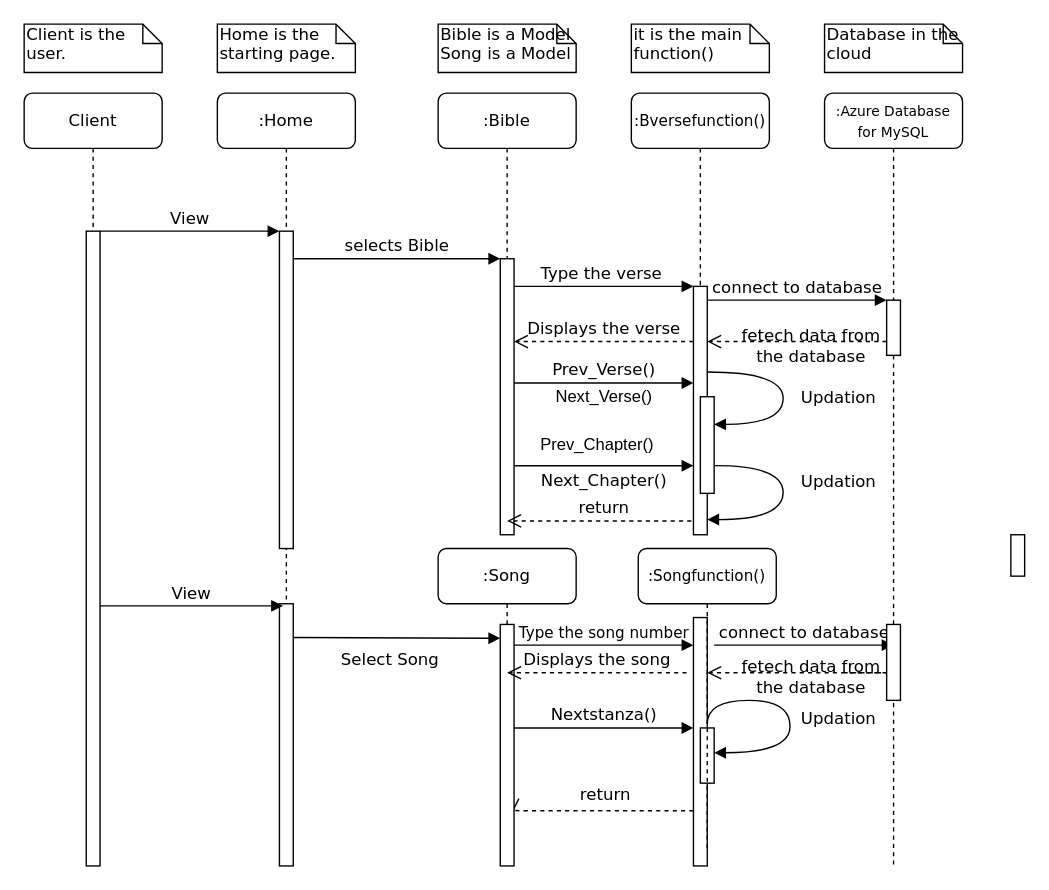
Before: Sequence.drawio in chrispaul07/Sac-3.0-prototype, a draw.io diagram. Source tidied: cells renumbered, new cells numbered last; positions are measured from the earlier drawing's top-left corner, leaving out a move shared by most shapes. Both pictures are drawn from the tidied source at 138%, with x=0, y=0 at pixel (23, 23).
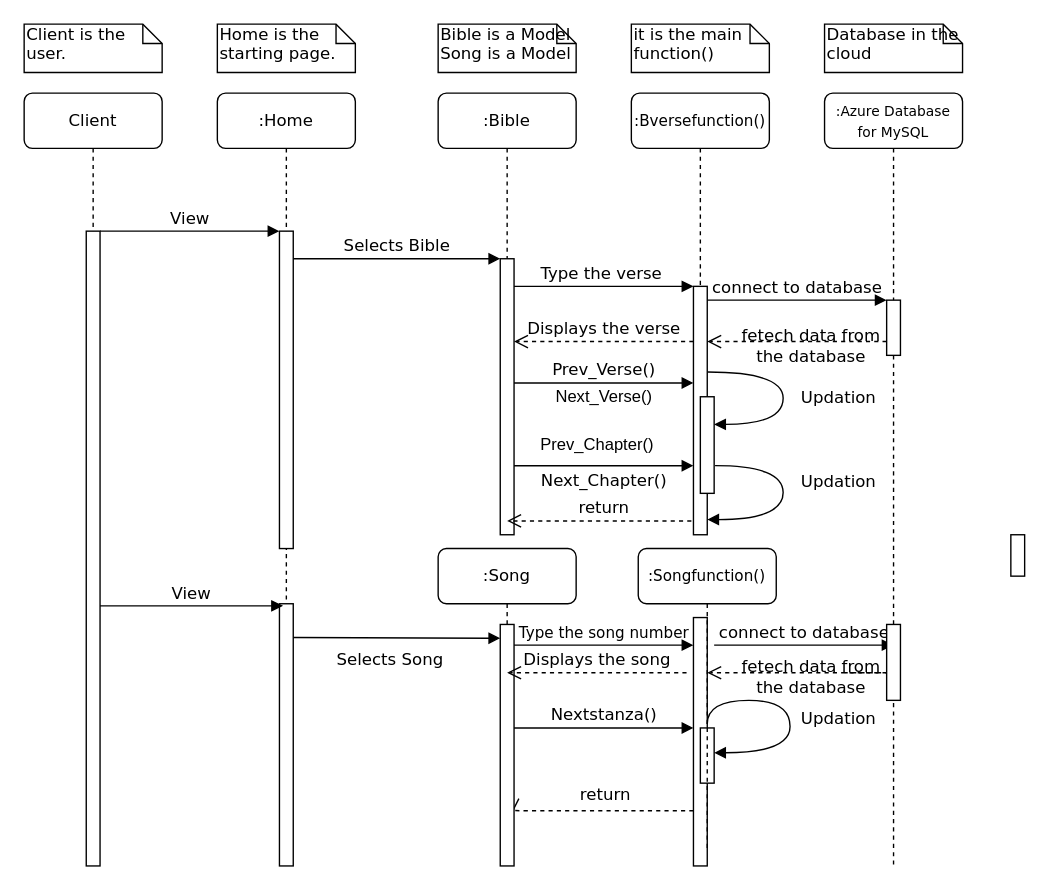
After the change.

Unchanged cells that the change refers to:
```xml
<mxCell id="3" style="html=1;points=[];perimeter=orthogonalPerimeter;rounded=0;shadow=0;comic=0;labelBackgroundColor=none;strokeWidth=1;fontFamily=Verdana;fontSize=12;align=center;" parent="2" vertex="1">
  <mxGeometry x="45" y="100" width="10" height="230" as="geometry" />
</mxCell>
<mxCell id="6" style="html=1;points=[];perimeter=orthogonalPerimeter;rounded=0;shadow=0;comic=0;labelBackgroundColor=none;strokeWidth=1;fontFamily=Verdana;fontSize=12;align=center;" parent="5" vertex="1">
  <mxGeometry x="45" y="120" width="10" height="200" as="geometry" />
</mxCell>
<mxCell id="39" value=":Song" style="shape=umlLifeline;perimeter=lifelinePerimeter;whiteSpace=wrap;html=1;rounded=1;shadow=0;comic=0;labelBackgroundColor=none;strokeWidth=1;fontFamily=Verdana;fontSize=12;align=center;" parent="1" vertex="1">
  <mxGeometry x="300" y="380" width="100" height="230" as="geometry" />
</mxCell>
```

What changed in the source:
```diff
@@
-    <mxCell id="25" value="selects Bible" style="html=1;verticalAlign=bottom;endArrow=block;entryX=0;entryY=0;labelBackgroundColor=none;fontFamily=Verdana;fontSize=12;edgeStyle=elbowEdgeStyle;elbow=vertical;" parent="1" edge="1" source="3" target="6">
+    <mxCell id="25" value="Selects Bible" style="html=1;verticalAlign=bottom;endArrow=block;entryX=0;entryY=0;labelBackgroundColor=none;fontFamily=Verdana;fontSize=12;edgeStyle=elbowEdgeStyle;elbow=vertical;" parent="1" edge="1" source="3" target="6">
       <mxGeometry relative="1" as="geometry" />
     </mxCell>
@@
-    <mxCell id="42" value="Select Song" style="html=1;verticalAlign=bottom;endArrow=block;entryX=0;entryY=0;labelBackgroundColor=none;fontFamily=Verdana;fontSize=12;edgeStyle=elbowEdgeStyle;elbow=vertical;" parent="39" edge="1">
+    <mxCell id="42" value="Selects Song" style="html=1;verticalAlign=bottom;endArrow=block;entryX=0;entryY=0;labelBackgroundColor=none;fontFamily=Verdana;fontSize=12;edgeStyle=elbowEdgeStyle;elbow=vertical;" parent="39" edge="1">
       <mxGeometry x="-0.07" y="-25" relative="1" as="geometry">
         <mxPoint x="-105" y="64.5" as="sourcePoint" />
         <mxPoint x="45" y="64.5" as="targetPoint" />
       </mxGeometry>
     </mxCell>
```
